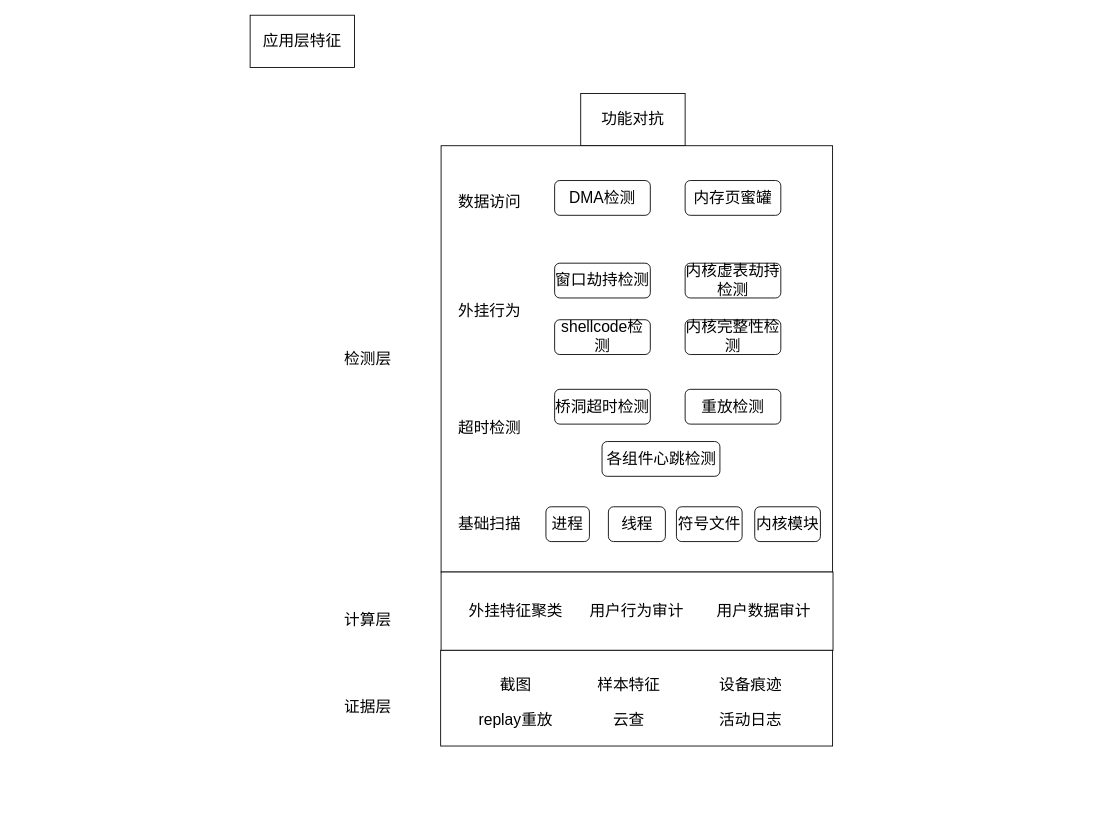
The draw.io diagram testDirectory/功能对抗.drawio in Moose1273/-, before the edit. Source tidied: cells renumbered, new cells numbered last; positions are measured from the earlier drawing's top-left corner, leaving out a move shared by most shapes. Both pictures are drawn from the tidied source at 87%, with x=0, y=0 at pixel (250, 15).
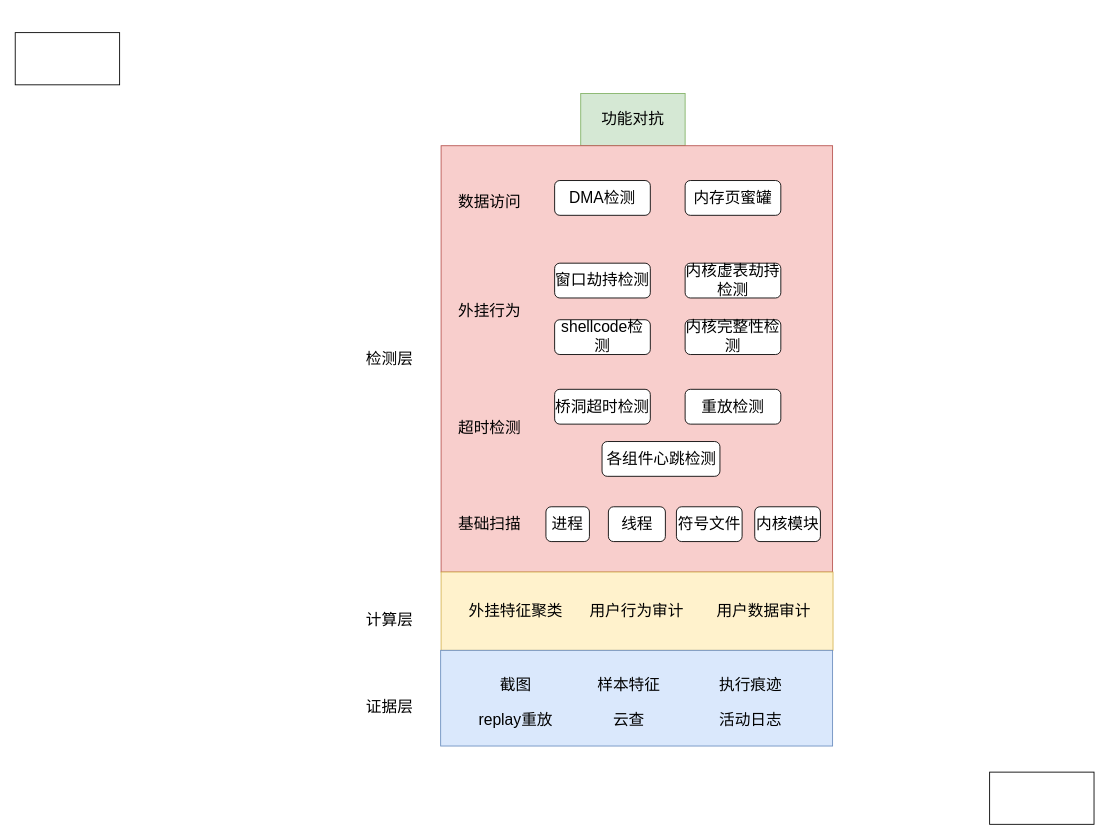
Above is the later version.

Commit message (it also covers changes not shown here):
更新功能对抗.drawio

Diff of the diagram source:
```diff
@@
-    <mxCell id="2" value="&lt;font&gt;功能对抗&lt;/font&gt;" style="rounded=0;whiteSpace=wrap;html=1;fontSize=18;" parent="1" vertex="1">
+    <mxCell id="2" value="&lt;font&gt;功能对抗&lt;/font&gt;" style="rounded=0;whiteSpace=wrap;html=1;fontSize=18;fillColor=#d5e8d4;strokeColor=#82b366;" parent="1" vertex="1">
       <mxGeometry x="380" y="90" width="120" height="60" as="geometry" />
     </mxCell>
-    <mxCell id="3" value="应用层特征" style="rounded=0;whiteSpace=wrap;html=1;fontSize=18;" parent="1" vertex="1">
-      <mxGeometry width="120" height="60" as="geometry" />
-    </mxCell>
-    <mxCell id="4" style="rounded=0;whiteSpace=wrap;html=1;fontSize=18;" parent="1" vertex="1">
+    <mxCell id="4" style="rounded=0;whiteSpace=wrap;html=1;fontSize=18;fillColor=#f8cecc;strokeColor=#b85450;" parent="1" vertex="1">
       <mxGeometry x="219.5" y="150" width="450" height="490" as="geometry" />
     </mxCell>
     <mxCell id="5" value="检测层" style="text;html=1;align=center;verticalAlign=middle;strokeColor=none;fillColor=none;fontSize=18;" parent="1" vertex="1">
-      <mxGeometry x="95" y="375" width="80" height="40" as="geometry" />
+      <mxGeometry x="120" y="375" width="80" height="40" as="geometry" />
     </mxCell>
     <mxCell id="6" value="计算层" style="text;html=1;align=center;verticalAlign=middle;strokeColor=none;fillColor=none;fontSize=18;" parent="1" vertex="1">
-      <mxGeometry x="95" y="675" width="80" height="40" as="geometry" />
+      <mxGeometry x="120" y="675" width="80" height="40" as="geometry" />
     </mxCell>
-    <mxCell id="7" style="rounded=0;whiteSpace=wrap;html=1;fontSize=18;" parent="1" vertex="1">
+    <mxCell id="7" style="rounded=0;whiteSpace=wrap;html=1;fontSize=18;fillColor=#fff2cc;strokeColor=#d6b656;" parent="1" vertex="1">
       <mxGeometry x="219.5" y="640" width="450.5" height="90" as="geometry" />
     </mxCell>
@@
     <mxCell id="28" value="证据层" style="text;html=1;align=center;verticalAlign=middle;strokeColor=none;fillColor=none;fontSize=18;" parent="1" vertex="1">
-      <mxGeometry x="95" y="775" width="80" height="40" as="geometry" />
+      <mxGeometry x="120" y="775" width="80" height="40" as="geometry" />
     </mxCell>
-    <mxCell id="29" style="rounded=0;whiteSpace=wrap;html=1;fontSize=18;" parent="1" vertex="1">
+    <mxCell id="29" style="rounded=0;whiteSpace=wrap;html=1;fontSize=18;fillColor=#dae8fc;strokeColor=#6c8ebf;" parent="1" vertex="1">
       <mxGeometry x="219" y="730" width="450.5" height="110" as="geometry" />
     </mxCell>
@@
-    <mxCell id="32" value="设备痕迹" style="text;html=1;align=center;verticalAlign=middle;strokeColor=none;fillColor=none;fontSize=18;" parent="1" vertex="1">
+    <mxCell id="32" value="执行痕迹" style="text;html=1;align=center;verticalAlign=middle;strokeColor=none;fillColor=none;fontSize=18;" parent="1" vertex="1">
       <mxGeometry x="525" y="750" width="100" height="40" as="geometry" />
     </mxCell>
@@
+    <mxCell id="36" style="rounded=0;whiteSpace=wrap;html=1;" parent="1" vertex="1">
+      <mxGeometry x="-270" y="20" width="120" height="60" as="geometry" />
+    </mxCell>
+    <mxCell id="37" style="rounded=0;whiteSpace=wrap;html=1;" parent="1" vertex="1">
+      <mxGeometry x="850" y="870" width="120" height="60" as="geometry" />
+    </mxCell>
```
